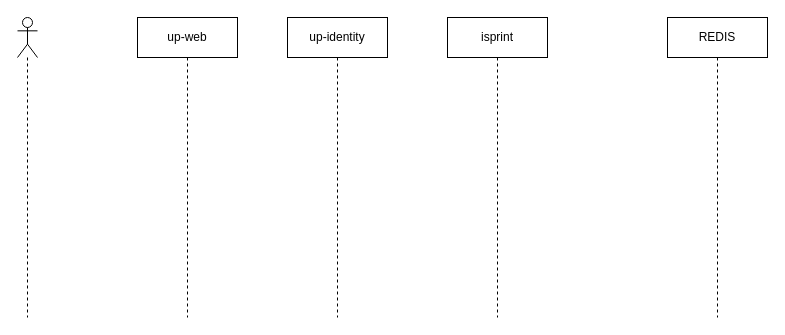
Before: SGFindex-login.drawio in ajeeshraj56/drawio, a draw.io diagram. Source tidied: cells renumbered, new cells numbered last; positions are measured from the earlier drawing's top-left corner, leaving out a move shared by most shapes. Both pictures are drawn from the tidied source at 100%, with x=0, y=0 at pixel (17, 17).
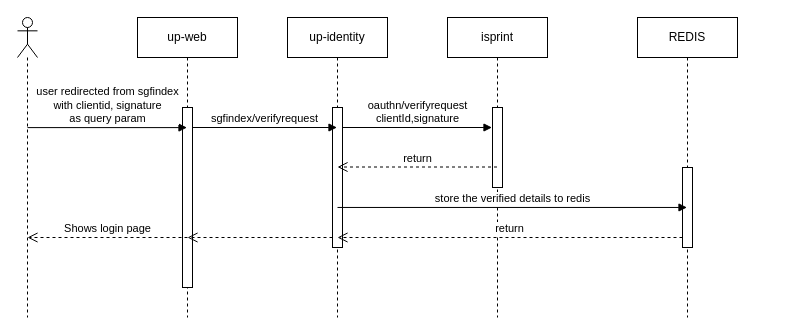
After the change.

Unchanged cells that the change refers to:
```xml
<mxCell id="2" style="shape=umlLifeline;perimeter=lifelinePerimeter;whiteSpace=wrap;html=1;outlineConnect=0;portConstraint=eastwest;newEdgeStyle={&quot;curved&quot;:0,&quot;rounded&quot;:0};participant=umlActor;" parent="1" vertex="1">
  <mxGeometry width="20" height="300" as="geometry" />
</mxCell>
<mxCell id="3" value="up-web" style="shape=umlLifeline;perimeter=lifelinePerimeter;whiteSpace=wrap;html=1;outlineConnect=0;portConstraint=eastwest;newEdgeStyle={&quot;curved&quot;:0,&quot;rounded&quot;:0};" parent="1" vertex="1">
  <mxGeometry x="120" width="100" height="300" as="geometry" />
</mxCell>
<mxCell id="4" value="up-identity" style="shape=umlLifeline;perimeter=lifelinePerimeter;whiteSpace=wrap;html=1;newEdgeStyle={&quot;curved&quot;:0,&quot;rounded&quot;:0};" parent="1" vertex="1">
  <mxGeometry x="270" width="100" height="300" as="geometry" />
</mxCell>
<mxCell id="5" value="isprint" style="shape=umlLifeline;perimeter=lifelinePerimeter;whiteSpace=wrap;html=1;outlineConnect=0;portConstraint=eastwest;newEdgeStyle={&quot;curved&quot;:0,&quot;rounded&quot;:0};" parent="1" vertex="1">
  <mxGeometry x="430" width="100" height="300" as="geometry" />
</mxCell>
```

Diff of the diagram source:
```diff
@@
+    <mxCell id="7" style="html=1;perimeter=orthogonalPerimeter;targetShapes=umlLifeline;newEdgeStyle={&quot;curved&quot;:0,&quot;rounded&quot;:0};" parent="3" vertex="1">
+      <mxGeometry x="45" y="90" width="10" height="180" as="geometry" />
+    </mxCell>
@@
+    <mxCell id="8" style="html=1;points=[[0,0,0,0,5],[0,1,0,0,-5],[1,0,0,0,5],[1,1,0,0,-5]];perimeter=orthogonalPerimeter;outlineConnect=0;targetShapes=umlLifeline;portConstraint=eastwest;newEdgeStyle={&quot;curved&quot;:0,&quot;rounded&quot;:0};" parent="4" vertex="1">
+      <mxGeometry x="45" y="90" width="10" height="140" as="geometry" />
+    </mxCell>
@@
+    <mxCell id="9" style="html=1;perimeter=orthogonalPerimeter;targetShapes=umlLifeline;newEdgeStyle={&quot;curved&quot;:0,&quot;rounded&quot;:0};" parent="5" vertex="1">
+      <mxGeometry x="45" y="90" width="10" height="80" as="geometry" />
+    </mxCell>
     <mxCell id="6" value="REDIS" style="shape=umlLifeline;perimeter=lifelinePerimeter;whiteSpace=wrap;html=1;outlineConnect=0;portConstraint=eastwest;newEdgeStyle={&quot;curved&quot;:0,&quot;rounded&quot;:0};" parent="1" vertex="1">
-      <mxGeometry x="650" width="100" height="300" as="geometry" />
+      <mxGeometry x="620" width="100" height="300" as="geometry" />
     </mxCell>
+    <mxCell id="10" style="html=1;points=[[0,0,0,0,5],[0,1,0,0,-5],[1,0,0,0,5],[1,1,0,0,-5]];perimeter=orthogonalPerimeter;outlineConnect=0;targetShapes=umlLifeline;portConstraint=eastwest;newEdgeStyle={&quot;curved&quot;:0,&quot;rounded&quot;:0};" parent="6" vertex="1">
+      <mxGeometry x="45" y="150" width="10" height="80" as="geometry" />
+    </mxCell>
+    <mxCell id="11" value="user redirected from sgfindex&lt;br&gt;with clientid, signature&lt;br&gt;as query param" style="html=1;verticalAlign=bottom;endArrow=block;curved=0;rounded=0;exitX=0.5;exitY=0.367;exitDx=0;exitDy=0;exitPerimeter=0;" parent="1" edge="1" source="2" target="3">
+      <mxGeometry relative="1" as="geometry" />
+    </mxCell>
+    <mxCell id="12" value="sgfindex/verifyrequest" style="html=1;verticalAlign=bottom;endArrow=block;curved=0;rounded=0;" parent="1" edge="1">
+      <mxGeometry relative="1" as="geometry">
+        <mxPoint x="175" y="110" as="sourcePoint" />
+        <mxPoint x="319.5" y="110" as="targetPoint" />
+      </mxGeometry>
+    </mxCell>
+    <mxCell id="13" value="oauthn/verifyrequest&lt;br&gt;clientId,signature" style="html=1;verticalAlign=bottom;endArrow=block;curved=0;rounded=0;" parent="1" edge="1" source="8">
+      <mxGeometry relative="1" as="geometry">
+        <mxPoint x="474.5" y="110" as="targetPoint" />
+      </mxGeometry>
+    </mxCell>
+    <mxCell id="14" value="return" style="html=1;verticalAlign=bottom;endArrow=open;dashed=1;endSize=8;curved=0;rounded=0;" parent="1" edge="1" source="5">
+      <mxGeometry relative="1" as="geometry">
+        <mxPoint x="320" y="149.5" as="targetPoint" />
+      </mxGeometry>
+    </mxCell>
+    <mxCell id="15" value="store the verified details to redis" style="html=1;verticalAlign=bottom;endArrow=block;curved=0;rounded=0;exitX=0.5;exitY=0.714;exitDx=0;exitDy=0;exitPerimeter=0;" parent="1" edge="1" source="8" target="6">
+      <mxGeometry relative="1" as="geometry" />
+    </mxCell>
+    <mxCell id="16" value="return" style="html=1;verticalAlign=bottom;endArrow=open;dashed=1;endSize=8;curved=0;rounded=0;" parent="1" edge="1" source="10">
+      <mxGeometry relative="1" as="geometry">
+        <mxPoint x="320" y="220" as="targetPoint" />
+      </mxGeometry>
+    </mxCell>
+    <mxCell id="17" value="&#10;&lt;span style=&quot;color: rgba(0, 0, 0, 0); font-family: monospace; font-size: 0px; font-style: normal; font-variant-ligatures: normal; font-variant-caps: normal; font-weight: 400; letter-spacing: normal; orphans: 2; text-align: start; text-indent: 0px; text-transform: none; widows: 2; word-spacing: 0px; -webkit-text-stroke-width: 0px; background-color: rgb(251, 251, 251); text-decoration-thickness: initial; text-decoration-style: initial; text-decoration-color: initial; float: none; display: inline !important;&quot;&gt;&amp;nbsp;&lt;/span&gt;&#10;&#10;" style="html=1;verticalAlign=bottom;endArrow=open;dashed=1;endSize=8;curved=0;rounded=0;" parent="1" edge="1" source="8">
+      <mxGeometry relative="1" as="geometry">
+        <mxPoint x="170" y="220" as="targetPoint" />
+      </mxGeometry>
+    </mxCell>
+    <mxCell id="18" value="&#10;&lt;span style=&quot;color: rgba(0, 0, 0, 0); font-family: monospace; font-size: 0px; font-style: normal; font-variant-ligatures: normal; font-variant-caps: normal; font-weight: 400; letter-spacing: normal; orphans: 2; text-align: start; text-indent: 0px; text-transform: none; widows: 2; word-spacing: 0px; -webkit-text-stroke-width: 0px; background-color: rgb(251, 251, 251); text-decoration-thickness: initial; text-decoration-style: initial; text-decoration-color: initial; float: none; display: inline !important;&quot;&gt;&amp;nbsp;&lt;/span&gt;&#10;&#10;" style="html=1;verticalAlign=bottom;endArrow=open;dashed=1;endSize=8;curved=0;rounded=0;" parent="1" edge="1">
+      <mxGeometry relative="1" as="geometry">
+        <mxPoint x="170" y="220" as="sourcePoint" />
+        <mxPoint x="10" y="220" as="targetPoint" />
+      </mxGeometry>
+    </mxCell>
+    <mxCell id="19" value="Shows login page" style="edgeLabel;html=1;align=center;verticalAlign=middle;" parent="18" vertex="1">
+      <mxGeometry x="0.01" y="-10" relative="1" as="geometry" />
+    </mxCell>
```
